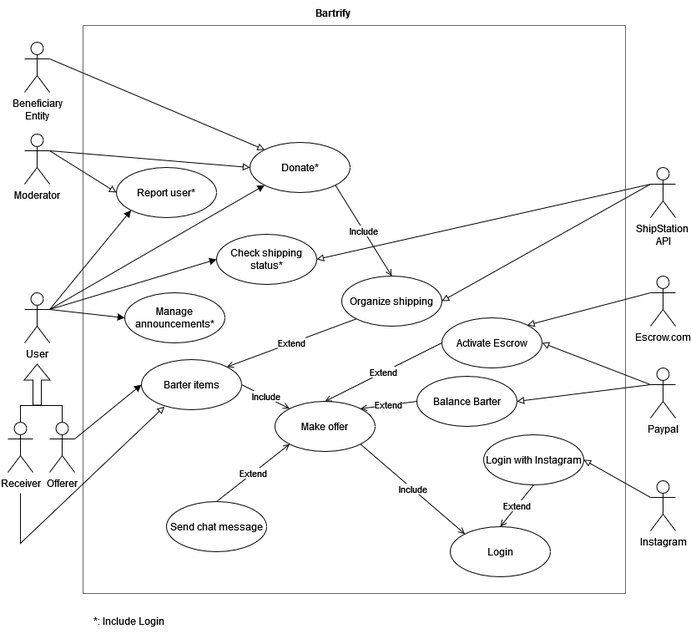
The draw.io diagram Use Case Diagram.png in davideila/Bartrify, before a commit. Source tidied: cells renumbered, new cells last; positions are measured from the earlier drawing's top-left corner, leaving out a move shared by most shapes.
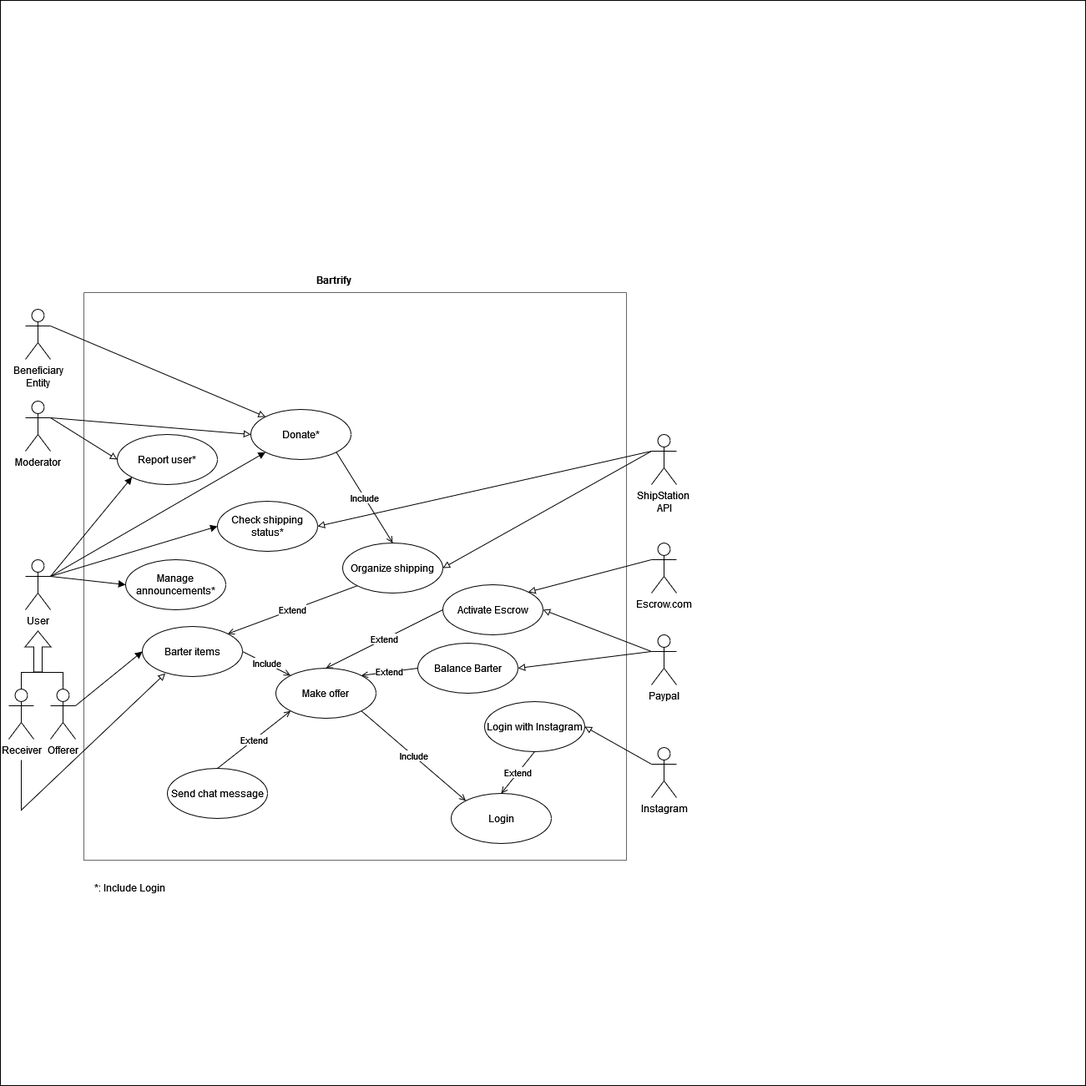
The same diagram one commit later.

The edit, as a diff of the source:
```diff
@@ -2,6 +2,9 @@
   <root>
     <mxCell id="0" />
     <mxCell id="1" parent="0" />
+    <mxCell id="51" style="whiteSpace=wrap;html=1;" parent="1" vertex="1">
+      <mxGeometry x="-10" y="-320" width="1300" height="1300" as="geometry" />
+    </mxCell>
     <mxCell id="2" style="swimlane;startSize=0;fillColor=default;fontColor=#333333;strokeColor=#666666;gradientColor=none;" parent="1" vertex="1">
       <mxGeometry x="90" y="30" width="650" height="680" as="geometry" />
     </mxCell>
```
